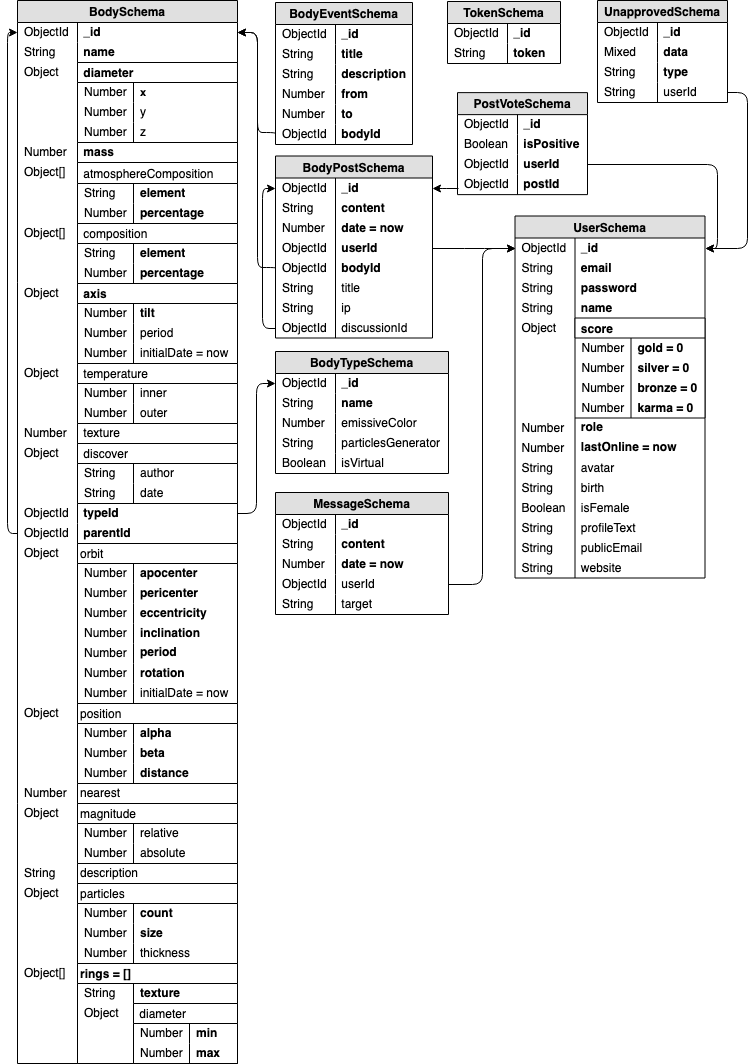
Earlier version of the draw.io export docs/Images/DB.png (michalstruna/universis). Source tidied: cells renumbered, new cells last; positions are measured from the earlier drawing's top-left corner, leaving out a move shared by most shapes.
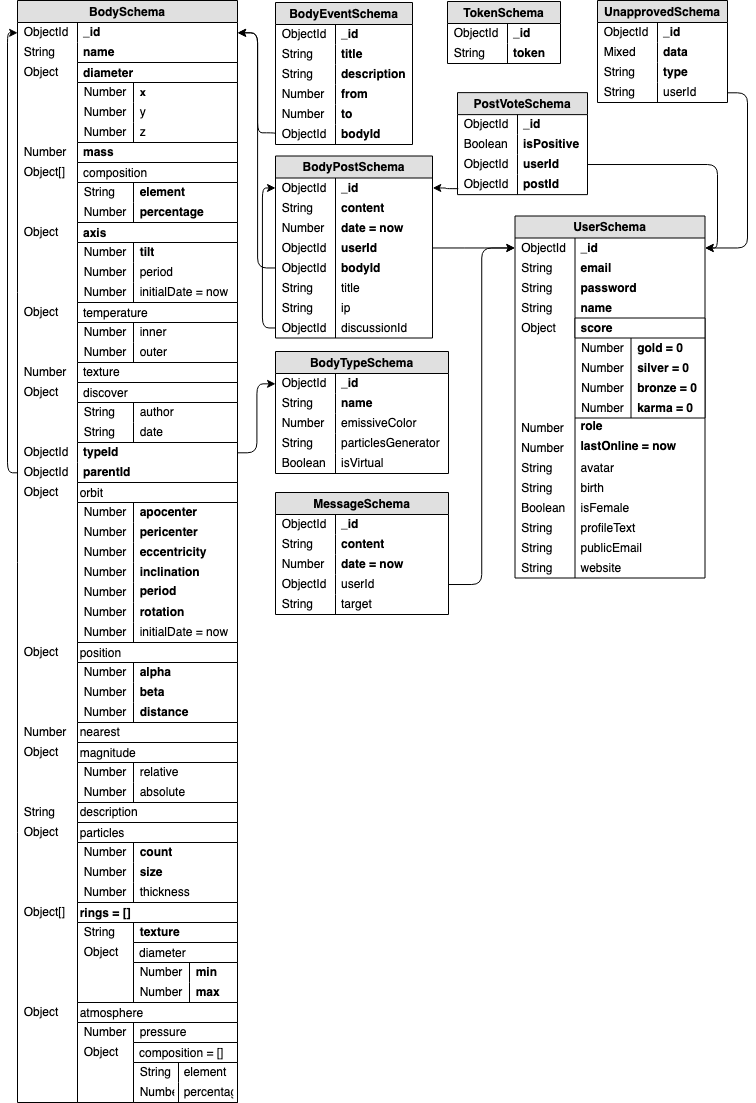
Later version of the same file.

Commit message:
Add atmosphere pressure.

Change to the diagram source:
```diff
@@ -3,7 +3,7 @@
     <mxCell id="0" />
     <mxCell id="1" parent="0" />
     <mxCell id="2" value="BodySchema" style="swimlane;fontStyle=1;horizontal=1;startSize=22;fillColor=#e0e0e0;swimlaneFillColor=#ffffff;align=center;fontSize=12;verticalAlign=middle;spacing=2;" parent="1" vertex="1">
-      <mxGeometry x="10" width="220" height="1063" as="geometry" />
+      <mxGeometry x="10" width="220" height="1102" as="geometry" />
     </mxCell>
     <mxCell id="3" value=" _id" style="shape=partialRectangle;top=0;left=0;right=0;bottom=0;align=left;verticalAlign=middle;fillColor=none;spacingLeft=60;spacingRight=4;overflow=hidden;points=[[0,0.5],[1,0.5]];portConstraint=eastwest;fontSize=12;fontStyle=1;spacing=2;" parent="2" vertex="1">
       <mxGeometry y="22" width="220" height="20" as="geometry" />
@@ -50,29 +50,8 @@
     <mxCell id="17" value="Number" style="shape=partialRectangle;fontStyle=0;top=0;left=0;bottom=0;fillColor=none;align=left;verticalAlign=middle;spacingLeft=4;spacingRight=4;overflow=hidden;fontSize=12;spacing=2;" parent="16" vertex="1">
       <mxGeometry width="60" height="20" as="geometry" />
     </mxCell>
-    <mxCell id="18" value="mass" style="shape=partialRectangle;top=0;left=0;right=0;bottom=0;align=left;verticalAlign=middle;fillColor=none;spacingLeft=60;spacingRight=4;overflow=hidden;fontSize=12;spacing=2;" parent="2" vertex="1">
-      <mxGeometry y="162" width="220" height="61" as="geometry" />
-    </mxCell>
-    <mxCell id="19" value="Object[]" style="shape=partialRectangle;fontStyle=0;top=0;left=0;bottom=0;fillColor=none;align=left;verticalAlign=middle;spacingLeft=4;spacingRight=4;overflow=hidden;fontSize=12;spacing=2;" parent="18" vertex="1">
-      <mxGeometry width="60" height="20" as="geometry" />
-    </mxCell>
-    <mxCell id="20" value=" atmosphereComposition" style="swimlane;fontStyle=0;horizontal=1;startSize=21;fillColor=#ffffff;swimlaneFillColor=#ffffff;align=left;fontSize=12;verticalAlign=middle;spacing=2;" parent="18" vertex="1">
-      <mxGeometry x="60" width="160" height="61" as="geometry" />
-    </mxCell>
-    <mxCell id="21" value="element" style="shape=partialRectangle;top=0;left=0;right=0;bottom=0;align=left;verticalAlign=middle;fillColor=none;spacingLeft=60;spacingRight=4;overflow=hidden;fontSize=12;spacing=2;fontStyle=1;" parent="20" vertex="1">
-      <mxGeometry y="21" width="160" height="20" as="geometry" />
-    </mxCell>
-    <mxCell id="22" value="String" style="shape=partialRectangle;fontStyle=0;top=0;left=0;bottom=0;fillColor=none;align=left;verticalAlign=middle;spacingLeft=4;spacingRight=4;overflow=hidden;fontSize=12;spacing=2;" parent="21" vertex="1">
-      <mxGeometry width="56" height="20" as="geometry" />
-    </mxCell>
-    <mxCell id="23" value="percentage" style="shape=partialRectangle;top=0;left=0;right=0;bottom=0;align=left;verticalAlign=middle;fillColor=none;spacingLeft=60;spacingRight=4;overflow=hidden;fontSize=12;spacing=2;fontStyle=1;" parent="20" vertex="1">
-      <mxGeometry y="41" width="160" height="20" as="geometry" />
-    </mxCell>
-    <mxCell id="24" value="Number" style="shape=partialRectangle;fontStyle=0;top=0;left=0;bottom=0;fillColor=none;align=left;verticalAlign=middle;spacingLeft=4;spacingRight=4;overflow=hidden;fontSize=12;spacing=2;" parent="23" vertex="1">
-      <mxGeometry width="56" height="20" as="geometry" />
-    </mxCell>
     <mxCell id="25" value="mass" style="shape=partialRectangle;top=0;left=0;right=0;bottom=0;align=left;verticalAlign=middle;fillColor=none;spacingLeft=60;spacingRight=4;overflow=hidden;fontSize=12;spacing=2;" parent="2" vertex="1">
-      <mxGeometry y="223" width="220" height="60" as="geometry" />
+      <mxGeometry y="162" width="220" height="60" as="geometry" />
     </mxCell>
     <mxCell id="26" value="Object[]" style="shape=partialRectangle;fontStyle=0;top=0;left=0;bottom=0;fillColor=none;align=left;verticalAlign=middle;spacingLeft=4;spacingRight=4;overflow=hidden;fontSize=12;spacing=2;" parent="25" vertex="1">
       <mxGeometry width="60" height="20" as="geometry" />
@@ -93,7 +72,7 @@
       <mxGeometry width="56" height="20" as="geometry" />
     </mxCell>
     <mxCell id="32" value="temperature" style="shape=partialRectangle;top=0;left=0;right=0;bottom=0;align=left;verticalAlign=middle;fillColor=none;spacingLeft=60;spacingRight=4;overflow=hidden;fontSize=12;spacing=2;" parent="2" vertex="1">
-      <mxGeometry y="283" width="220" height="80" as="geometry" />
+      <mxGeometry y="222" width="220" height="80" as="geometry" />
     </mxCell>
     <mxCell id="33" value="Object" style="shape=partialRectangle;fontStyle=0;top=0;left=0;bottom=0;fillColor=none;align=left;verticalAlign=middle;spacingLeft=4;spacingRight=4;overflow=hidden;fontSize=12;spacing=2;" parent="32" vertex="1">
       <mxGeometry width="60" height="20" as="geometry" />
@@ -120,7 +99,7 @@
       <mxGeometry width="56" height="20" as="geometry" />
     </mxCell>
     <mxCell id="41" value="temperature" style="shape=partialRectangle;top=0;left=0;right=0;bottom=0;align=left;verticalAlign=middle;fillColor=none;spacingLeft=60;spacingRight=4;overflow=hidden;fontSize=12;spacing=2;" parent="2" vertex="1">
-      <mxGeometry y="363" width="220" height="60" as="geometry" />
+      <mxGeometry y="302" width="220" height="60" as="geometry" />
     </mxCell>
     <mxCell id="42" value="Object" style="shape=partialRectangle;fontStyle=0;top=0;left=0;bottom=0;fillColor=none;align=left;verticalAlign=middle;spacingLeft=4;spacingRight=4;overflow=hidden;fontSize=12;spacing=2;" parent="41" vertex="1">
       <mxGeometry width="60" height="20" as="geometry" />
@@ -141,13 +120,13 @@
       <mxGeometry width="56" height="20" as="geometry" />
     </mxCell>
     <mxCell id="48" value=" texture" style="shape=partialRectangle;top=0;left=0;right=0;bottom=0;align=left;verticalAlign=middle;fillColor=none;spacingLeft=60;spacingRight=4;overflow=hidden;fontSize=12;spacing=2;" parent="2" vertex="1">
-      <mxGeometry y="423" width="220" height="20" as="geometry" />
+      <mxGeometry y="362" width="220" height="20" as="geometry" />
     </mxCell>
     <mxCell id="49" value="Number" style="shape=partialRectangle;fontStyle=0;top=0;left=0;bottom=0;fillColor=none;align=left;verticalAlign=middle;spacingLeft=4;spacingRight=4;overflow=hidden;fontSize=12;spacing=2;" parent="48" vertex="1">
       <mxGeometry width="60" height="20" as="geometry" />
     </mxCell>
     <mxCell id="50" value="temperature" style="shape=partialRectangle;top=0;left=0;right=0;bottom=0;align=left;verticalAlign=middle;fillColor=none;spacingLeft=60;spacingRight=4;overflow=hidden;fontSize=12;spacing=2;" parent="2" vertex="1">
-      <mxGeometry y="443" width="220" height="60" as="geometry" />
+      <mxGeometry y="382" width="220" height="60" as="geometry" />
     </mxCell>
     <mxCell id="51" value="Object" style="shape=partialRectangle;fontStyle=0;top=0;left=0;bottom=0;fillColor=none;align=left;verticalAlign=middle;spacingLeft=4;spacingRight=4;overflow=hidden;fontSize=12;spacing=2;" parent="50" vertex="1">
       <mxGeometry width="60" height="20" as="geometry" />
@@ -168,19 +147,19 @@
       <mxGeometry width="56" height="20" as="geometry" />
     </mxCell>
     <mxCell id="57" value=" typeId" style="shape=partialRectangle;top=0;left=0;right=0;bottom=0;align=left;verticalAlign=middle;fillColor=none;spacingLeft=60;spacingRight=4;overflow=hidden;points=[[0,0.5],[1,0.5]];portConstraint=eastwest;fontSize=12;spacing=2;fontStyle=1;" parent="2" vertex="1">
-      <mxGeometry y="503" width="220" height="20" as="geometry" />
+      <mxGeometry y="442" width="220" height="20" as="geometry" />
     </mxCell>
     <mxCell id="58" value="ObjectId" style="shape=partialRectangle;fontStyle=0;top=0;left=0;bottom=0;fillColor=none;align=left;verticalAlign=middle;spacingLeft=4;spacingRight=4;overflow=hidden;fontSize=12;spacing=2;" parent="57" vertex="1">
       <mxGeometry width="60" height="20" as="geometry" />
     </mxCell>
     <mxCell id="59" value=" parentId" style="shape=partialRectangle;top=0;left=0;right=0;bottom=0;align=left;verticalAlign=middle;fillColor=none;spacingLeft=60;spacingRight=4;overflow=hidden;points=[[0,0.5],[1,0.5]];portConstraint=eastwest;fontSize=12;spacing=2;fontStyle=1;" parent="2" vertex="1">
-      <mxGeometry y="523" width="220" height="20" as="geometry" />
+      <mxGeometry y="462" width="220" height="20" as="geometry" />
     </mxCell>
     <mxCell id="60" value="ObjectId" style="shape=partialRectangle;fontStyle=0;top=0;left=0;bottom=0;fillColor=none;align=left;verticalAlign=middle;spacingLeft=4;spacingRight=4;overflow=hidden;fontSize=12;spacing=2;" parent="59" vertex="1">
       <mxGeometry width="60" height="20" as="geometry" />
     </mxCell>
     <mxCell id="61" value="temperature" style="shape=partialRectangle;top=0;left=0;right=0;bottom=0;align=left;verticalAlign=middle;fillColor=none;spacingLeft=60;spacingRight=4;overflow=hidden;fontSize=12;spacing=2;" parent="2" vertex="1">
-      <mxGeometry y="543" width="220" height="160" as="geometry" />
+      <mxGeometry y="482" width="220" height="160" as="geometry" />
     </mxCell>
     <mxCell id="62" value="Object" style="shape=partialRectangle;fontStyle=0;top=0;left=0;bottom=0;fillColor=none;align=left;verticalAlign=middle;spacingLeft=4;spacingRight=4;overflow=hidden;fontSize=12;spacing=2;" parent="61" vertex="1">
       <mxGeometry width="60" height="20" as="geometry" />
@@ -231,7 +210,7 @@
       <mxGeometry width="56" height="20" as="geometry" />
     </mxCell>
     <mxCell id="78" value="temperature" style="shape=partialRectangle;top=0;left=0;right=0;bottom=0;align=left;verticalAlign=middle;fillColor=none;spacingLeft=60;spacingRight=4;overflow=hidden;fontSize=12;spacing=2;" parent="2" vertex="1">
-      <mxGeometry y="703" width="220" height="80" as="geometry" />
+      <mxGeometry y="642" width="220" height="80" as="geometry" />
     </mxCell>
     <mxCell id="79" value="Object" style="shape=partialRectangle;fontStyle=0;top=0;left=0;bottom=0;fillColor=none;align=left;verticalAlign=middle;spacingLeft=4;spacingRight=4;overflow=hidden;fontSize=12;spacing=2;" parent="78" vertex="1">
       <mxGeometry width="60" height="20" as="geometry" />
@@ -258,13 +237,13 @@
       <mxGeometry width="56" height="20" as="geometry" />
     </mxCell>
     <mxCell id="87" value="nearest" style="shape=partialRectangle;top=0;left=0;right=0;bottom=0;align=left;verticalAlign=middle;fillColor=none;spacingLeft=60;spacingRight=4;overflow=hidden;fontSize=12;spacing=2;" parent="2" vertex="1">
-      <mxGeometry y="783" width="220" height="20" as="geometry" />
+      <mxGeometry y="722" width="220" height="20" as="geometry" />
     </mxCell>
     <mxCell id="88" value="Number" style="shape=partialRectangle;fontStyle=0;top=0;left=0;bottom=0;fillColor=none;align=left;verticalAlign=middle;spacingLeft=4;spacingRight=4;overflow=hidden;fontSize=12;spacing=2;" parent="87" vertex="1">
       <mxGeometry width="60" height="20" as="geometry" />
     </mxCell>
     <mxCell id="89" value="temperature" style="shape=partialRectangle;top=0;left=0;right=0;bottom=0;align=left;verticalAlign=middle;fillColor=none;spacingLeft=60;spacingRight=4;overflow=hidden;fontSize=12;spacing=2;" parent="2" vertex="1">
-      <mxGeometry y="803" width="220" height="60" as="geometry" />
+      <mxGeometry y="742" width="220" height="60" as="geometry" />
     </mxCell>
     <mxCell id="90" value="Object" style="shape=partialRectangle;fontStyle=0;top=0;left=0;bottom=0;fillColor=none;align=left;verticalAlign=middle;spacingLeft=4;spacingRight=4;overflow=hidden;fontSize=12;spacing=2;" parent="89" vertex="1">
       <mxGeometry width="60" height="20" as="geometry" />
@@ -285,13 +264,13 @@
       <mxGeometry width="56" height="20" as="geometry" />
     </mxCell>
     <mxCell id="96" value="description" style="shape=partialRectangle;top=0;left=0;right=0;bottom=0;align=left;verticalAlign=middle;fillColor=none;spacingLeft=60;spacingRight=4;overflow=hidden;fontSize=12;spacing=2;" parent="2" vertex="1">
-      <mxGeometry y="863" width="220" height="20" as="geometry" />
+      <mxGeometry y="802" width="220" height="20" as="geometry" />
     </mxCell>
     <mxCell id="97" value="String" style="shape=partialRectangle;fontStyle=0;top=0;left=0;bottom=0;fillColor=none;align=left;verticalAlign=middle;spacingLeft=4;spacingRight=4;overflow=hidden;fontSize=12;spacing=2;" parent="96" vertex="1">
       <mxGeometry width="60" height="20" as="geometry" />
     </mxCell>
     <mxCell id="98" value="temperature" style="shape=partialRectangle;top=0;left=0;right=0;bottom=0;align=left;verticalAlign=middle;fillColor=none;spacingLeft=60;spacingRight=4;overflow=hidden;fontSize=12;spacing=2;" parent="2" vertex="1">
-      <mxGeometry y="883" width="220" height="80" as="geometry" />
+      <mxGeometry y="822" width="220" height="80" as="geometry" />
     </mxCell>
     <mxCell id="99" value="Object" style="shape=partialRectangle;fontStyle=0;top=0;left=0;bottom=0;fillColor=none;align=left;verticalAlign=middle;spacingLeft=4;spacingRight=4;overflow=hidden;fontSize=12;spacing=2;" parent="98" vertex="1">
       <mxGeometry width="60" height="20" as="geometry" />
@@ -318,7 +297,7 @@
       <mxGeometry width="56" height="20" as="geometry" />
     </mxCell>
     <mxCell id="107" value="temperature" style="shape=partialRectangle;top=0;left=0;right=0;bottom=0;align=left;verticalAlign=middle;fillColor=none;spacingLeft=60;spacingRight=4;overflow=hidden;fontSize=12;spacing=2;" parent="2" vertex="1">
-      <mxGeometry y="963" width="220" height="100" as="geometry" />
+      <mxGeometry y="902" width="220" height="100" as="geometry" />
     </mxCell>
     <mxCell id="108" value="Object[]" style="shape=partialRectangle;fontStyle=0;top=0;left=0;bottom=0;fillColor=none;align=left;verticalAlign=middle;spacingLeft=4;spacingRight=4;overflow=hidden;fontSize=12;spacing=2;" parent="107" vertex="1">
       <mxGeometry width="60" height="20" as="geometry" />
@@ -353,6 +332,42 @@
     <mxCell id="118" value="Number" style="shape=partialRectangle;fontStyle=0;top=0;left=0;bottom=0;fillColor=none;align=left;verticalAlign=middle;spacingLeft=4;spacingRight=4;overflow=hidden;fontSize=12;spacing=2;" parent="117" vertex="1">
       <mxGeometry width="56" height="20" as="geometry" />
     </mxCell>
+    <mxCell id="240" value="temperature" style="shape=partialRectangle;top=0;left=0;right=0;bottom=0;align=left;verticalAlign=middle;fillColor=none;spacingLeft=60;spacingRight=4;overflow=hidden;fontSize=12;spacing=2;" parent="2" vertex="1">
+      <mxGeometry y="1002" width="220" height="100" as="geometry" />
+    </mxCell>
+    <mxCell id="241" value="Object" style="shape=partialRectangle;fontStyle=0;top=0;left=0;bottom=0;fillColor=none;align=left;verticalAlign=middle;spacingLeft=4;spacingRight=4;overflow=hidden;fontSize=12;spacing=2;" parent="240" vertex="1">
+      <mxGeometry width="60" height="20" as="geometry" />
+    </mxCell>
+    <mxCell id="242" value="atmosphere" style="swimlane;fontStyle=0;horizontal=1;startSize=20;fillColor=#ffffff;swimlaneFillColor=#ffffff;align=left;fontSize=12;verticalAlign=middle;spacing=2;" parent="240" vertex="1">
+      <mxGeometry x="60" width="160" height="100" as="geometry" />
+    </mxCell>
+    <mxCell id="243" value="pressure" style="shape=partialRectangle;top=0;left=0;right=0;bottom=0;align=left;verticalAlign=middle;fillColor=none;spacingLeft=60;spacingRight=4;overflow=hidden;fontSize=12;spacing=2;fontStyle=0;" parent="242" vertex="1">
+      <mxGeometry y="20" width="160" height="20" as="geometry" />
+    </mxCell>
+    <mxCell id="24" value="Number" style="shape=partialRectangle;fontStyle=0;top=0;left=0;bottom=0;fillColor=none;align=left;verticalAlign=middle;spacingLeft=4;spacingRight=4;overflow=hidden;fontSize=12;spacing=2;" parent="243" vertex="1">
+      <mxGeometry width="56" height="20" as="geometry" />
+    </mxCell>
+    <mxCell id="244" value="temperature" style="shape=partialRectangle;top=0;left=0;right=0;bottom=0;align=left;verticalAlign=middle;fillColor=none;spacingLeft=60;spacingRight=4;overflow=hidden;fontSize=12;spacing=2;" parent="242" vertex="1">
+      <mxGeometry y="40" width="160" height="60" as="geometry" />
+    </mxCell>
+    <mxCell id="245" value="Object" style="shape=partialRectangle;fontStyle=0;top=0;left=0;bottom=0;fillColor=none;align=left;verticalAlign=middle;spacingLeft=4;spacingRight=4;overflow=hidden;fontSize=12;spacing=2;" parent="244" vertex="1">
+      <mxGeometry width="60" height="20" as="geometry" />
+    </mxCell>
+    <mxCell id="246" value=" composition = []" style="swimlane;fontStyle=0;horizontal=1;startSize=20;fillColor=#ffffff;swimlaneFillColor=#ffffff;align=left;fontSize=12;verticalAlign=middle;spacing=2;" parent="244" vertex="1">
+      <mxGeometry x="56" width="104" height="60" as="geometry" />
+    </mxCell>
+    <mxCell id="21" value="element" style="shape=partialRectangle;top=0;left=0;right=0;bottom=0;align=left;verticalAlign=middle;fillColor=none;spacingLeft=48;spacingRight=4;overflow=hidden;fontSize=12;spacing=2;fontStyle=0;" parent="246" vertex="1">
+      <mxGeometry y="20" width="104" height="20" as="geometry" />
+    </mxCell>
+    <mxCell id="22" value="String" style="shape=partialRectangle;fontStyle=0;top=0;left=0;bottom=0;fillColor=none;align=left;verticalAlign=middle;spacingLeft=4;spacingRight=4;overflow=hidden;fontSize=12;spacing=2;" parent="21" vertex="1">
+      <mxGeometry width="45" height="20" as="geometry" />
+    </mxCell>
+    <mxCell id="23" value="percentage" style="shape=partialRectangle;top=0;left=0;right=0;bottom=0;align=left;verticalAlign=middle;fillColor=none;spacingLeft=48;spacingRight=4;overflow=hidden;fontSize=12;spacing=2;fontStyle=0;" parent="246" vertex="1">
+      <mxGeometry y="40" width="104" height="20" as="geometry" />
+    </mxCell>
+    <mxCell id="247" value="Number" style="shape=partialRectangle;fontStyle=0;top=0;left=0;bottom=0;fillColor=none;align=left;verticalAlign=middle;spacingLeft=4;spacingRight=4;overflow=hidden;fontSize=12;spacing=2;" parent="23" vertex="1">
+      <mxGeometry width="45" height="20" as="geometry" />
+    </mxCell>
     <mxCell id="119" style="edgeStyle=elbowEdgeStyle;elbow=horizontal;endArrow=classic;html=1;entryX=0;entryY=0.5;entryDx=0;entryDy=0;exitX=0;exitY=0.5;exitDx=0;exitDy=0;" parent="2" edge="1" source="59" target="3">
       <mxGeometry relative="1" as="geometry">
         <Array as="points">
```
